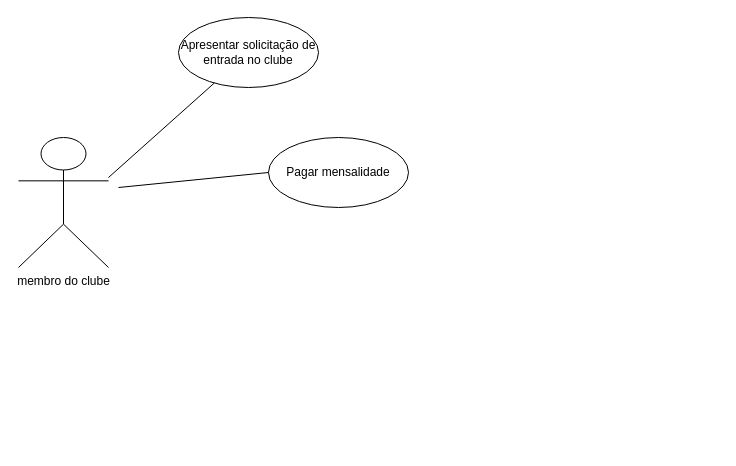
Above: Exercício 2 - casos de uso.drawio in LordKastorino/exerciciosCasoDeUso (draw.io), before the change. Source tidied: cells renumbered, new cells numbered last; positions are measured from the earlier drawing's top-left corner, leaving out a move shared by most shapes. Both pictures are drawn from the tidied source at 100%, with x=0, y=0 at pixel (18, 17).
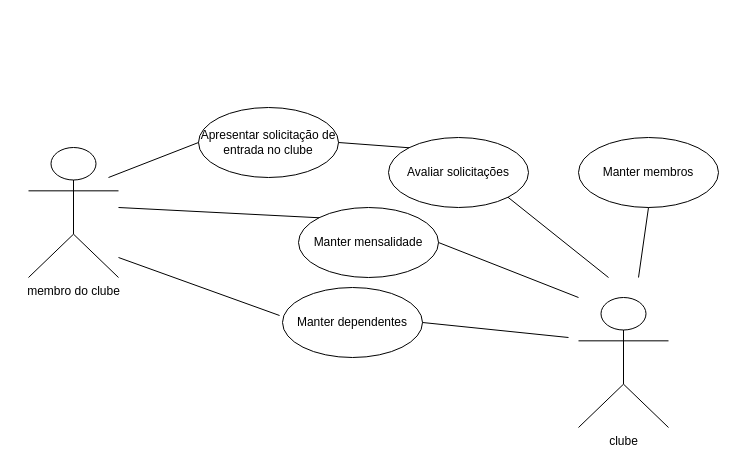
The same page after the edit.

Change to the diagram source:
```diff
@@
-    <mxCell id="2" value="membro do clube" style="shape=umlActor;html=1;verticalLabelPosition=bottom;verticalAlign=top;align=center;" parent="1" vertex="1">
-      <mxGeometry y="120" width="90" height="130" as="geometry" />
+    <mxCell id="2" value="clube" style="shape=umlActor;html=1;verticalLabelPosition=bottom;verticalAlign=top;align=center;" parent="1" vertex="1">
+      <mxGeometry x="560" y="280" width="90" height="130" as="geometry" />
     </mxCell>
     <mxCell id="3" value="Apresentar solicitação de entrada no clube" style="ellipse;whiteSpace=wrap;html=1;" parent="1" vertex="1">
-      <mxGeometry x="160" width="140" height="70" as="geometry" />
+      <mxGeometry x="180" y="90" width="140" height="70" as="geometry" />
     </mxCell>
-    <mxCell id="4" style="edgeStyle=none;html=1;endArrow=none;verticalAlign=bottom;rounded=0;" parent="1" edge="1" target="3">
+    <mxCell id="4" style="edgeStyle=none;html=1;endArrow=none;verticalAlign=bottom;rounded=0;entryX=0;entryY=0.5;entryDx=0;entryDy=0;" parent="1" edge="1" target="3">
       <mxGeometry relative="1" as="geometry">
         <mxPoint x="90" y="160" as="sourcePoint" />
       </mxGeometry>
     </mxCell>
-    <mxCell id="5" value="Pagar mensalidade" style="ellipse;whiteSpace=wrap;html=1;" parent="1" vertex="1">
-      <mxGeometry x="250" y="120" width="140" height="70" as="geometry" />
+    <mxCell id="5" value="Manter mensalidade" style="ellipse;whiteSpace=wrap;html=1;" parent="1" vertex="1">
+      <mxGeometry x="280" y="190" width="140" height="70" as="geometry" />
     </mxCell>
-    <mxCell id="6" style="edgeStyle=none;html=1;endArrow=none;verticalAlign=bottom;rounded=0;entryX=0;entryY=0.5;entryDx=0;entryDy=0;" parent="1" edge="1" target="5">
+    <mxCell id="6" style="edgeStyle=none;html=1;endArrow=none;verticalAlign=bottom;rounded=0;entryX=0;entryY=0;entryDx=0;entryDy=0;" parent="1" edge="1" target="5">
       <mxGeometry relative="1" as="geometry">
-        <mxPoint x="100" y="170" as="sourcePoint" />
+        <mxPoint x="100" y="190" as="sourcePoint" />
       </mxGeometry>
     </mxCell>
+    <mxCell id="7" value="Manter dependentes" style="ellipse;whiteSpace=wrap;html=1;" parent="1" vertex="1">
+      <mxGeometry x="264" y="270" width="140" height="70" as="geometry" />
+    </mxCell>
+    <mxCell id="8" style="edgeStyle=none;html=1;endArrow=none;verticalAlign=bottom;rounded=0;entryX=-0.021;entryY=0.4;entryDx=0;entryDy=0;entryPerimeter=0;" parent="1" edge="1" target="7">
+      <mxGeometry relative="1" as="geometry">
+        <mxPoint x="100" y="240" as="sourcePoint" />
+      </mxGeometry>
+    </mxCell>
+    <mxCell id="9" value="membro do clube" style="shape=umlActor;html=1;verticalLabelPosition=bottom;verticalAlign=top;align=center;" parent="1" vertex="1">
+      <mxGeometry x="10" y="130" width="90" height="130" as="geometry" />
+    </mxCell>
+    <mxCell id="10" style="edgeStyle=none;html=1;endArrow=none;verticalAlign=bottom;rounded=0;exitX=1;exitY=0.5;exitDx=0;exitDy=0;" parent="1" edge="1" source="5">
+      <mxGeometry relative="1" as="geometry">
+        <mxPoint x="560" y="280" as="targetPoint" />
+      </mxGeometry>
+    </mxCell>
+    <mxCell id="11" value="Avaliar solicitações" style="ellipse;whiteSpace=wrap;html=1;" parent="1" vertex="1">
+      <mxGeometry x="370" y="120" width="140" height="70" as="geometry" />
+    </mxCell>
+    <mxCell id="12" style="edgeStyle=none;html=1;endArrow=none;verticalAlign=bottom;rounded=0;exitX=1;exitY=1;exitDx=0;exitDy=0;" parent="1" edge="1" source="11">
+      <mxGeometry relative="1" as="geometry">
+        <mxPoint x="590" y="260" as="targetPoint" />
+      </mxGeometry>
+    </mxCell>
+    <mxCell id="13" style="edgeStyle=none;html=1;endArrow=none;verticalAlign=bottom;rounded=0;exitX=1;exitY=0.5;exitDx=0;exitDy=0;" parent="1" edge="1" source="7">
+      <mxGeometry relative="1" as="geometry">
+        <mxPoint x="550" y="320" as="targetPoint" />
+      </mxGeometry>
+    </mxCell>
+    <mxCell id="14" value="Manter membros" style="ellipse;whiteSpace=wrap;html=1;" parent="1" vertex="1">
+      <mxGeometry x="560" y="120" width="140" height="70" as="geometry" />
+    </mxCell>
+    <mxCell id="15" style="edgeStyle=none;html=1;endArrow=none;verticalAlign=bottom;rounded=0;" parent="1" edge="1">
+      <mxGeometry relative="1" as="geometry">
+        <mxPoint x="630" y="190" as="sourcePoint" />
+        <mxPoint x="620" y="260" as="targetPoint" />
+      </mxGeometry>
+    </mxCell>
+    <mxCell id="16" style="edgeStyle=none;html=1;endArrow=none;verticalAlign=bottom;rounded=0;entryX=0;entryY=0;entryDx=0;entryDy=0;exitX=1;exitY=0.5;exitDx=0;exitDy=0;" parent="1" edge="1" source="3" target="11">
+      <mxGeometry relative="1" as="geometry" />
+    </mxCell>
```
